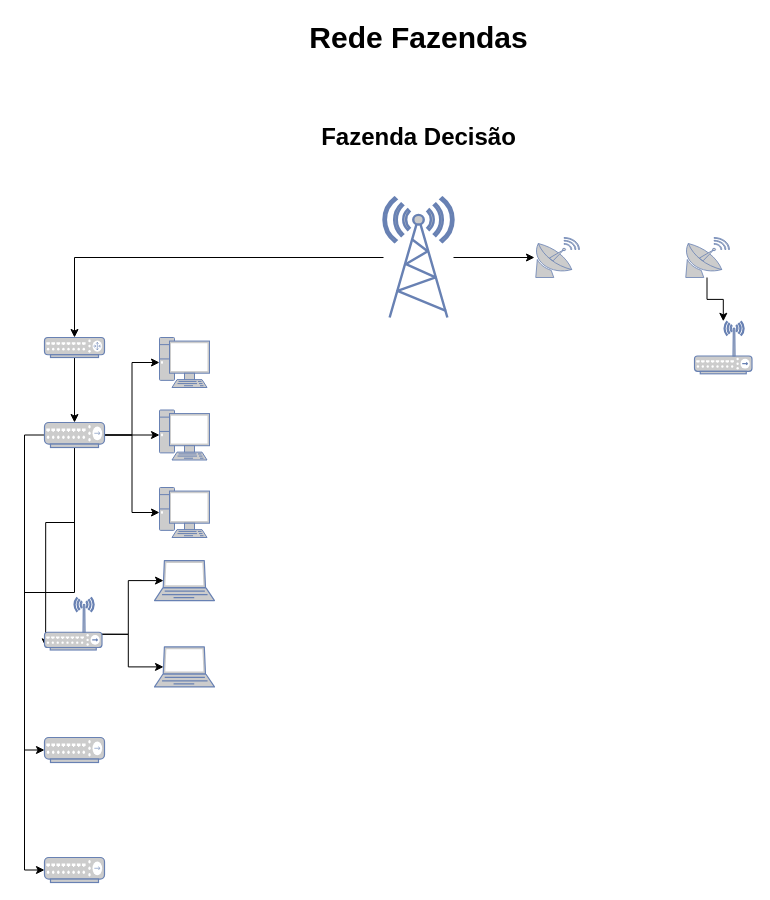
Above: Diagrama sem nome.drawio in AlbertoPontes/Fluxogramas (draw.io), before the change. Source tidied: cells renumbered, new cells numbered last; positions are measured from the earlier drawing's top-left corner, leaving out a move shared by most shapes. Both pictures are drawn from the tidied source at 100%, with x=0, y=0 at pixel (44, 17).
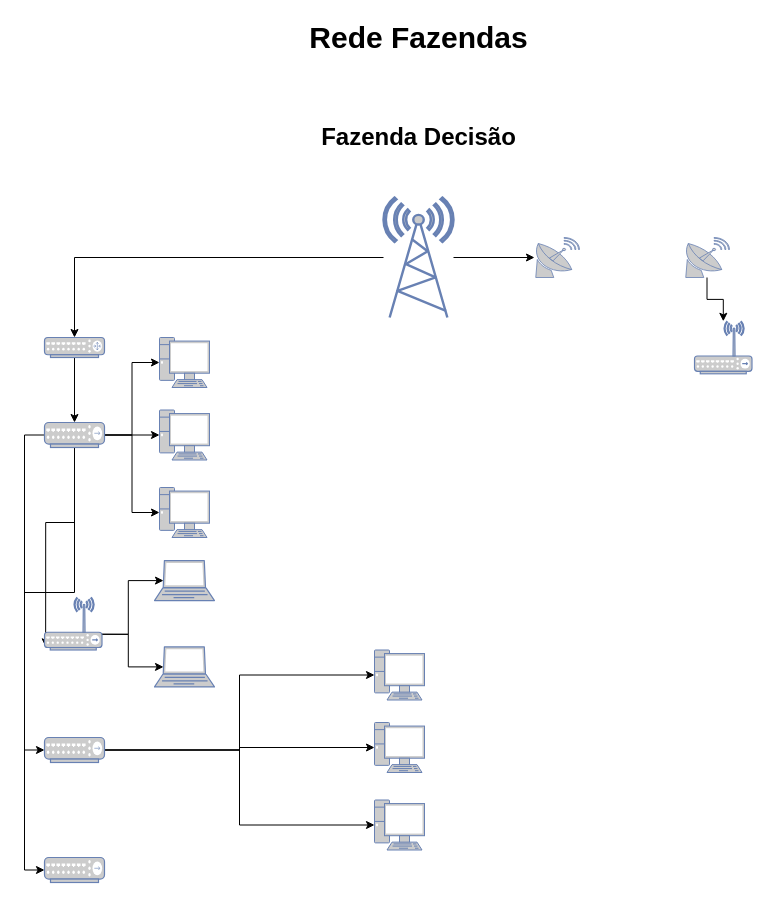
Above is the later version.

Unchanged cells that the change refers to:
```xml
<mxCell id="25" style="fontColor=#0066CC;verticalAlign=top;verticalLabelPosition=bottom;labelPosition=center;align=center;html=1;outlineConnect=0;fillColor=#CCCCCC;strokeColor=#6881B3;gradientColor=none;gradientDirection=north;strokeWidth=2;shape=mxgraph.networks.hub;" parent="1" vertex="1">
  <mxGeometry y="720" width="60" height="25" as="geometry" />
</mxCell>
```

The edit, as a diff of the source:
```diff
@@
+    <mxCell id="30" style="edgeStyle=orthogonalEdgeStyle;rounded=0;jettySize=auto;html=1;exitX=1;exitY=0.5;exitDx=0;exitDy=0;exitPerimeter=0;entryX=0;entryY=0.5;entryDx=0;entryDy=0;entryPerimeter=0;" parent="1" edge="1" source="25" target="33">
+      <mxGeometry relative="1" as="geometry" />
+    </mxCell>
+    <mxCell id="31" style="edgeStyle=orthogonalEdgeStyle;rounded=0;jettySize=auto;html=1;entryX=0;entryY=0.5;entryDx=0;entryDy=0;entryPerimeter=0;" parent="1" edge="1" source="25" target="34">
+      <mxGeometry relative="1" as="geometry" />
+    </mxCell>
+    <mxCell id="32" style="edgeStyle=orthogonalEdgeStyle;rounded=0;jettySize=auto;html=1;entryX=0;entryY=0.5;entryDx=0;entryDy=0;entryPerimeter=0;" parent="1" edge="1" source="25" target="35">
+      <mxGeometry relative="1" as="geometry" />
+    </mxCell>
@@
+    <mxCell id="33" style="fontColor=#0066CC;verticalAlign=top;verticalLabelPosition=bottom;labelPosition=center;align=center;html=1;outlineConnect=0;fillColor=#CCCCCC;strokeColor=#6881B3;gradientColor=none;gradientDirection=north;strokeWidth=2;shape=mxgraph.networks.pc;" parent="1" vertex="1">
+      <mxGeometry x="330" y="632.5" width="50" height="50" as="geometry" />
+    </mxCell>
+    <mxCell id="34" style="fontColor=#0066CC;verticalAlign=top;verticalLabelPosition=bottom;labelPosition=center;align=center;html=1;outlineConnect=0;fillColor=#CCCCCC;strokeColor=#6881B3;gradientColor=none;gradientDirection=north;strokeWidth=2;shape=mxgraph.networks.pc;" parent="1" vertex="1">
+      <mxGeometry x="330" y="705" width="50" height="50" as="geometry" />
+    </mxCell>
+    <mxCell id="35" style="fontColor=#0066CC;verticalAlign=top;verticalLabelPosition=bottom;labelPosition=center;align=center;html=1;outlineConnect=0;fillColor=#CCCCCC;strokeColor=#6881B3;gradientColor=none;gradientDirection=north;strokeWidth=2;shape=mxgraph.networks.pc;" parent="1" vertex="1">
+      <mxGeometry x="330" y="782.5" width="50" height="50" as="geometry" />
+    </mxCell>
```
